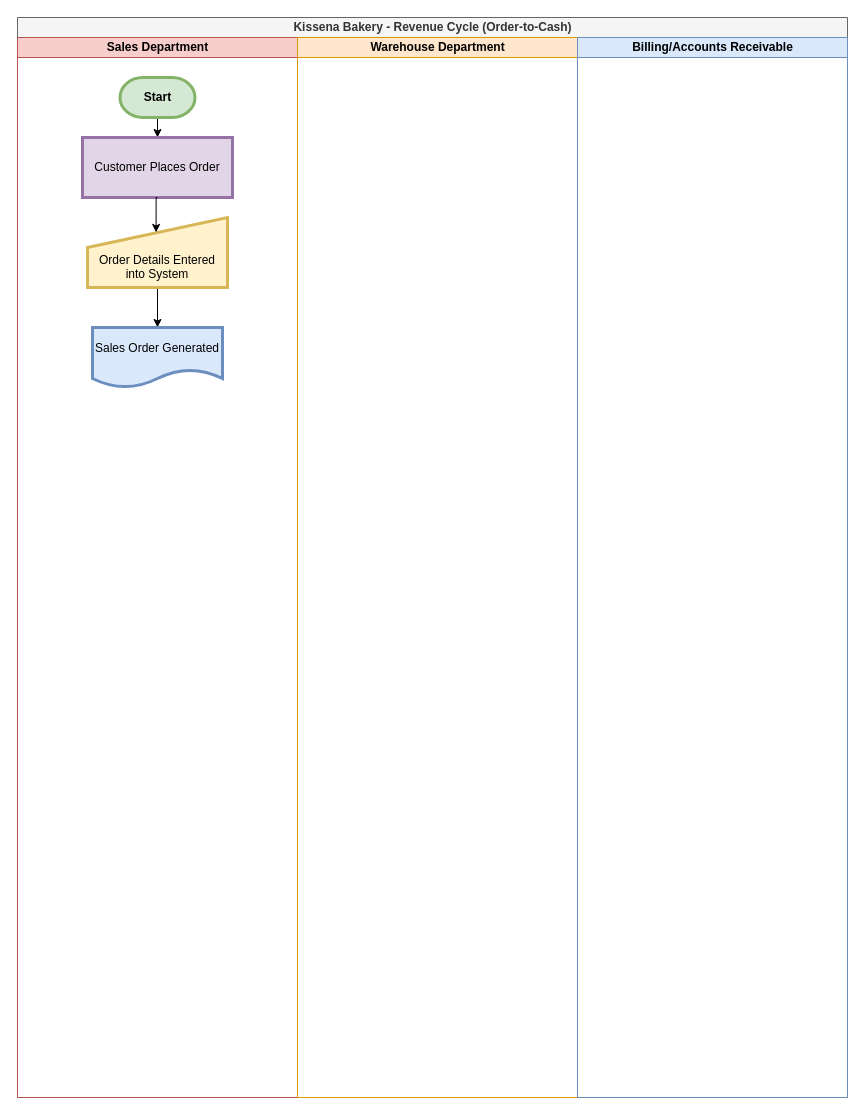
TabeerSajjad0/drawio keeps this draw.io diagram as Revenue_Cycle_Controls.drawio. Above is the earlier version. Source tidied: cells renumbered, new cells numbered last; positions are measured from the earlier drawing's top-left corner, leaving out a move shared by most shapes. Both pictures are drawn from the tidied source at 100%, with x=0, y=0 at pixel (17, 17).
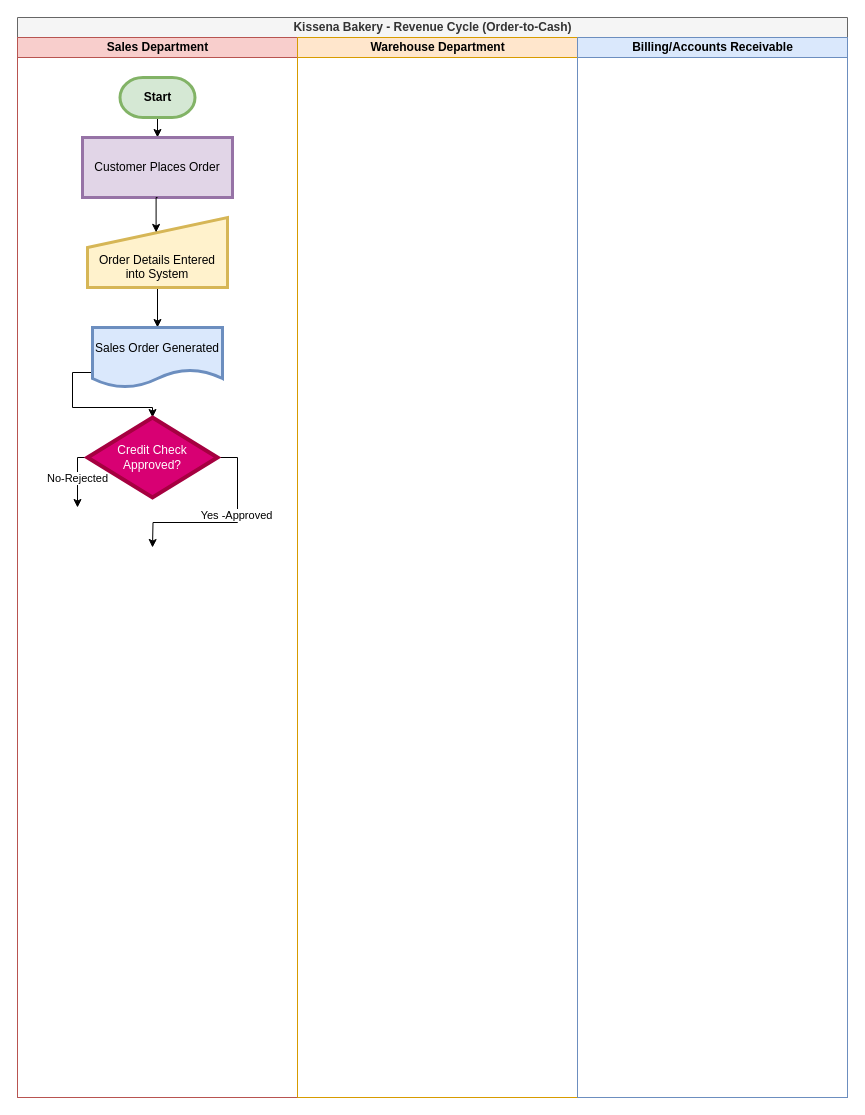
After the change.

Unchanged cells that the change refers to:
```xml
<mxCell id="3" value="Sales Department" style="swimlane;startSize=20;html=1;fillColor=#f8cecc;strokeColor=#b85450;" parent="2" vertex="1">
  <mxGeometry y="20" width="280" height="1060" as="geometry" />
</mxCell>
<mxCell id="10" value="Sales Order Generated" style="shape=document;whiteSpace=wrap;html=1;boundedLbl=1;strokeWidth=3;fillColor=#dae8fc;strokeColor=#6c8ebf;" parent="3" vertex="1">
  <mxGeometry x="75" y="290" width="130" height="60" as="geometry" />
</mxCell>
```

What changed in the source:
```diff
@@
+    <mxCell id="13" style="edgeStyle=orthogonalEdgeStyle;rounded=0;jettySize=auto;html=1;exitX=0;exitY=0.75;exitDx=0;exitDy=0;" parent="3" edge="1" source="10" target="18">
+      <mxGeometry relative="1" as="geometry" />
+    </mxCell>
@@
+    <mxCell id="14" style="edgeStyle=orthogonalEdgeStyle;rounded=0;jettySize=auto;html=1;exitX=0;exitY=0.5;exitDx=0;exitDy=0;" parent="3" edge="1" source="18">
+      <mxGeometry relative="1" as="geometry">
+        <mxPoint x="60" y="470" as="targetPoint" />
+        <Array as="points">
+          <mxPoint x="60" y="420" />
+        </Array>
+      </mxGeometry>
+    </mxCell>
+    <mxCell id="15" value="No-Rejected" style="edgeLabel;html=1;align=center;verticalAlign=middle;" parent="14" vertex="1">
+      <mxGeometry x="-0.01" y="-1" relative="1" as="geometry" />
+    </mxCell>
+    <mxCell id="16" style="edgeStyle=orthogonalEdgeStyle;rounded=0;jettySize=auto;html=1;exitX=1;exitY=0.5;exitDx=0;exitDy=0;" parent="3" edge="1" source="18">
+      <mxGeometry relative="1" as="geometry">
+        <mxPoint x="135" y="510" as="targetPoint" />
+      </mxGeometry>
+    </mxCell>
+    <mxCell id="17" value="Yes -Approved" style="edgeLabel;html=1;align=center;verticalAlign=middle;" parent="16" vertex="1">
+      <mxGeometry x="-0.21" y="-2" relative="1" as="geometry" />
+    </mxCell>
+    <mxCell id="18" value="Credit Check Approved?" style="rhombus;whiteSpace=wrap;html=1;fillColor=#d80073;strokeColor=#A50040;fontColor=#ffffff;strokeWidth=4;" parent="3" vertex="1">
+      <mxGeometry x="70" y="380" width="130" height="80" as="geometry" />
+    </mxCell>
```
